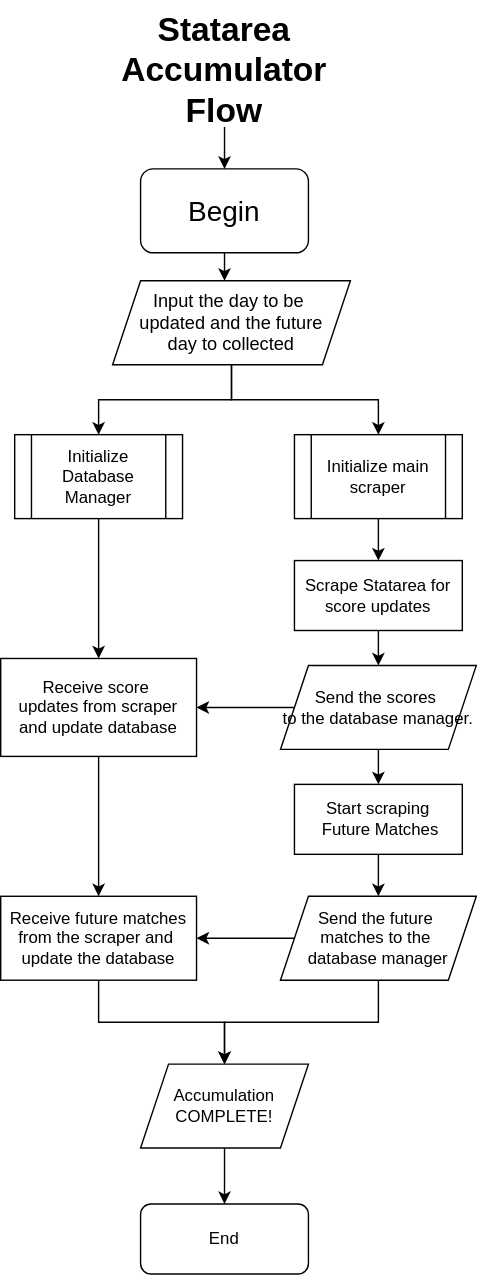
Proverbs-16-25/statarea_renewed keeps this draw.io diagram as StatareaAccumulator_FlowChart.drawio.svg. Above is the earlier version. Source tidied: cells renumbered, new cells last; positions are measured from the earlier drawing's top-left corner, leaving out a move shared by most shapes. Source of this version:
```xml
<mxGraphModel>
  <root>
    <mxCell id="0" />
    <mxCell id="1" parent="0" />
    <mxCell id="2" style="edgeStyle=orthogonalEdgeStyle;rounded=0;jettySize=auto;html=1;exitX=0.5;exitY=1;exitDx=0;exitDy=0;entryX=0.5;entryY=0;entryDx=0;entryDy=0;" parent="1" edge="1" source="3" target="5">
      <mxGeometry relative="1" as="geometry" />
    </mxCell>
    <mxCell id="3" value="&lt;h1 style=&quot;margin-top: 0px;&quot;&gt;Statarea Accumulator Flow&lt;/h1&gt;" style="text;html=1;whiteSpace=wrap;overflow=hidden;rounded=0;shadow=0;align=center;labelBackgroundColor=none;" parent="1" vertex="1">
      <mxGeometry x="70" width="180" height="90" as="geometry" />
    </mxCell>
    <mxCell id="4" style="edgeStyle=orthogonalEdgeStyle;rounded=0;jettySize=auto;html=1;exitX=0.5;exitY=1;exitDx=0;exitDy=0;" parent="1" edge="1" source="5">
      <mxGeometry relative="1" as="geometry">
        <mxPoint x="160" y="200" as="targetPoint" />
      </mxGeometry>
    </mxCell>
    <mxCell id="5" value="Begin" style="rounded=1;whiteSpace=wrap;html=1;fontSize=20;verticalAlign=middle;" parent="1" vertex="1">
      <mxGeometry x="100" y="120" width="120" height="60" as="geometry" />
    </mxCell>
    <mxCell id="6" style="edgeStyle=orthogonalEdgeStyle;rounded=0;jettySize=auto;html=1;exitX=0.5;exitY=1;exitDx=0;exitDy=0;entryX=0.5;entryY=0;entryDx=0;entryDy=0;" parent="1" edge="1" source="7" target="14">
      <mxGeometry relative="1" as="geometry" />
    </mxCell>
    <mxCell id="7" value="Initialize main scraper" style="shape=process;whiteSpace=wrap;html=1;backgroundOutline=1;" parent="1" vertex="1">
      <mxGeometry x="210" y="310" width="120" height="60" as="geometry" />
    </mxCell>
    <mxCell id="8" style="edgeStyle=orthogonalEdgeStyle;rounded=0;jettySize=auto;html=1;exitX=0.5;exitY=1;exitDx=0;exitDy=0;entryX=0.5;entryY=0;entryDx=0;entryDy=0;" parent="1" edge="1" source="9" target="16">
      <mxGeometry relative="1" as="geometry" />
    </mxCell>
    <mxCell id="9" value="Initialize Database&lt;div&gt;Manager&lt;/div&gt;" style="shape=process;whiteSpace=wrap;html=1;backgroundOutline=1;" parent="1" vertex="1">
      <mxGeometry x="10" y="310" width="120" height="60" as="geometry" />
    </mxCell>
    <mxCell id="10" style="edgeStyle=orthogonalEdgeStyle;rounded=0;jettySize=auto;html=1;exitX=0.5;exitY=1;exitDx=0;exitDy=0;" parent="1" edge="1" source="12" target="7">
      <mxGeometry relative="1" as="geometry" />
    </mxCell>
    <mxCell id="11" style="edgeStyle=orthogonalEdgeStyle;rounded=0;jettySize=auto;html=1;exitX=0.5;exitY=1;exitDx=0;exitDy=0;entryX=0.5;entryY=0;entryDx=0;entryDy=0;" parent="1" edge="1" source="12" target="9">
      <mxGeometry relative="1" as="geometry" />
    </mxCell>
    <mxCell id="12" value="Input the day to be&amp;nbsp;&lt;div&gt;updated and the future&lt;/div&gt;&lt;div&gt;day to collected&lt;/div&gt;" style="shape=parallelogram;perimeter=parallelogramPerimeter;whiteSpace=wrap;html=1;fixedSize=1;fontSize=13;" parent="1" vertex="1">
      <mxGeometry x="80" y="200" width="170" height="60" as="geometry" />
    </mxCell>
    <mxCell id="13" style="edgeStyle=orthogonalEdgeStyle;rounded=0;jettySize=auto;html=1;exitX=0.5;exitY=1;exitDx=0;exitDy=0;entryX=0.5;entryY=0;entryDx=0;entryDy=0;" parent="1" edge="1" source="14" target="22">
      <mxGeometry relative="1" as="geometry" />
    </mxCell>
    <mxCell id="14" value="Scrape Statarea for score updates" style="rounded=0;whiteSpace=wrap;html=1;" parent="1" vertex="1">
      <mxGeometry x="210" y="400" width="120" height="50" as="geometry" />
    </mxCell>
    <mxCell id="15" style="edgeStyle=orthogonalEdgeStyle;rounded=0;jettySize=auto;html=1;exitX=0.5;exitY=1;exitDx=0;exitDy=0;entryX=0.5;entryY=0;entryDx=0;entryDy=0;" parent="1" edge="1" source="16" target="27">
      <mxGeometry relative="1" as="geometry" />
    </mxCell>
    <mxCell id="16" value="Receive score&amp;nbsp;&lt;div&gt;updates from scraper&lt;/div&gt;&lt;div&gt;and update database&lt;/div&gt;" style="rounded=0;whiteSpace=wrap;html=1;" parent="1" vertex="1">
      <mxGeometry y="470" width="140" height="70" as="geometry" />
    </mxCell>
    <mxCell id="17" style="edgeStyle=orthogonalEdgeStyle;rounded=0;orthogonalLoop=1;jettySize=auto;html=1;exitX=0.5;exitY=1;exitDx=0;exitDy=0;" parent="1" edge="1" source="16" target="16">
      <mxGeometry relative="1" as="geometry" />
    </mxCell>
    <mxCell id="18" style="edgeStyle=orthogonalEdgeStyle;rounded=0;jettySize=auto;html=1;exitX=0.5;exitY=1;exitDx=0;exitDy=0;" parent="1" edge="1" source="19">
      <mxGeometry relative="1" as="geometry">
        <mxPoint x="270" y="640" as="targetPoint" />
      </mxGeometry>
    </mxCell>
    <mxCell id="19" value="Start scraping&lt;div&gt;&amp;nbsp;Future Matches&lt;/div&gt;" style="rounded=0;whiteSpace=wrap;html=1;" parent="1" vertex="1">
      <mxGeometry x="210" y="560" width="120" height="50" as="geometry" />
    </mxCell>
    <mxCell id="20" style="edgeStyle=orthogonalEdgeStyle;rounded=0;jettySize=auto;html=1;exitX=0.5;exitY=1;exitDx=0;exitDy=0;entryX=0.5;entryY=0;entryDx=0;entryDy=0;" parent="1" edge="1" source="22" target="19">
      <mxGeometry relative="1" as="geometry" />
    </mxCell>
    <mxCell id="21" style="edgeStyle=orthogonalEdgeStyle;rounded=0;jettySize=auto;html=1;exitX=0;exitY=0.5;exitDx=0;exitDy=0;entryX=1;entryY=0.5;entryDx=0;entryDy=0;" parent="1" edge="1" source="22" target="16">
      <mxGeometry relative="1" as="geometry" />
    </mxCell>
    <mxCell id="22" value="Send the scores&amp;nbsp;&lt;div&gt;to the database manager.&lt;/div&gt;" style="shape=parallelogram;perimeter=parallelogramPerimeter;whiteSpace=wrap;html=1;fixedSize=1;" parent="1" vertex="1">
      <mxGeometry x="200" y="475" width="140" height="60" as="geometry" />
    </mxCell>
    <mxCell id="23" style="edgeStyle=orthogonalEdgeStyle;rounded=0;jettySize=auto;html=1;exitX=0;exitY=0.5;exitDx=0;exitDy=0;entryX=1;entryY=0.5;entryDx=0;entryDy=0;" parent="1" edge="1" source="25" target="27">
      <mxGeometry relative="1" as="geometry" />
    </mxCell>
    <mxCell id="24" style="edgeStyle=orthogonalEdgeStyle;rounded=0;jettySize=auto;html=1;exitX=0.5;exitY=1;exitDx=0;exitDy=0;entryX=0.5;entryY=0;entryDx=0;entryDy=0;" parent="1" edge="1" source="25" target="29">
      <mxGeometry relative="1" as="geometry" />
    </mxCell>
    <mxCell id="25" value="Send the future&amp;nbsp;&lt;div&gt;matches to the&amp;nbsp;&lt;/div&gt;&lt;div&gt;database manager&lt;/div&gt;" style="shape=parallelogram;perimeter=parallelogramPerimeter;whiteSpace=wrap;html=1;fixedSize=1;fontSize=12;" parent="1" vertex="1">
      <mxGeometry x="200" y="640" width="140" height="60" as="geometry" />
    </mxCell>
    <mxCell id="26" style="edgeStyle=orthogonalEdgeStyle;rounded=0;jettySize=auto;html=1;exitX=0.5;exitY=1;exitDx=0;exitDy=0;entryX=0.5;entryY=0;entryDx=0;entryDy=0;" parent="1" edge="1" source="27" target="29">
      <mxGeometry relative="1" as="geometry" />
    </mxCell>
    <mxCell id="27" value="Receive future matches&lt;div&gt;from the scraper and&amp;nbsp;&lt;/div&gt;&lt;div&gt;update the database&lt;/div&gt;" style="rounded=0;whiteSpace=wrap;html=1;" parent="1" vertex="1">
      <mxGeometry y="640" width="140" height="60" as="geometry" />
    </mxCell>
    <mxCell id="28" style="edgeStyle=orthogonalEdgeStyle;rounded=0;jettySize=auto;html=1;exitX=0.5;exitY=1;exitDx=0;exitDy=0;entryX=0.5;entryY=0;entryDx=0;entryDy=0;" parent="1" edge="1" source="29" target="30">
      <mxGeometry relative="1" as="geometry" />
    </mxCell>
    <mxCell id="29" value="Accumulation&lt;div&gt;COMPLETE!&lt;/div&gt;" style="shape=parallelogram;perimeter=parallelogramPerimeter;whiteSpace=wrap;html=1;fixedSize=1;" parent="1" vertex="1">
      <mxGeometry x="100" y="760" width="120" height="60" as="geometry" />
    </mxCell>
    <mxCell id="30" value="End" style="rounded=1;whiteSpace=wrap;html=1;" parent="1" vertex="1">
      <mxGeometry x="100" y="860" width="120" height="50" as="geometry" />
    </mxCell>
  </root>
</mxGraphModel>
```
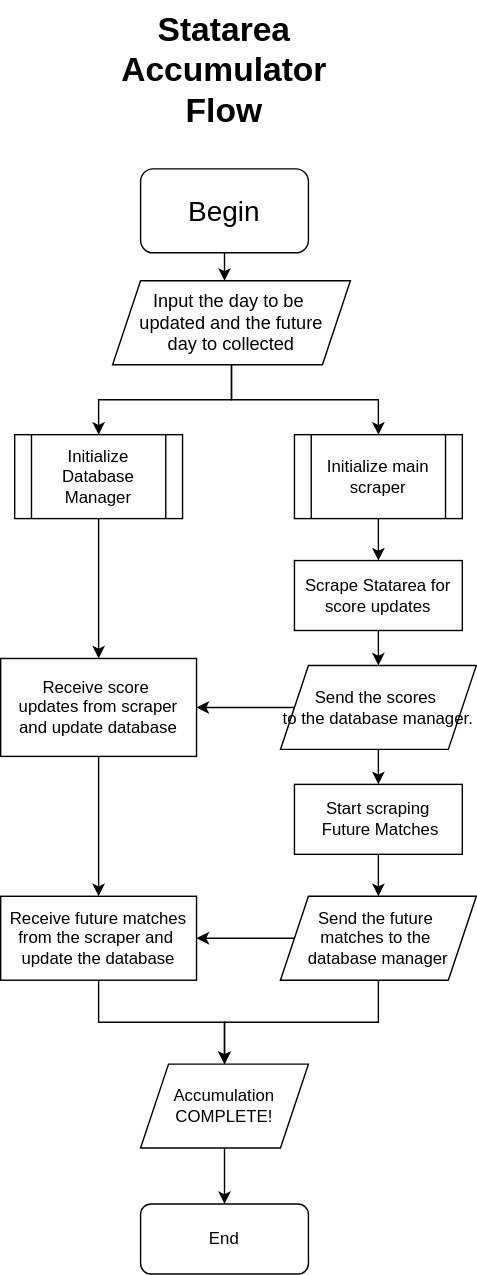
The same file after the commit.

Diff of the diagram source:
```diff
@@ -2,9 +2,6 @@
   <root>
     <mxCell id="0" />
     <mxCell id="1" parent="0" />
-    <mxCell id="2" style="edgeStyle=orthogonalEdgeStyle;rounded=0;jettySize=auto;html=1;exitX=0.5;exitY=1;exitDx=0;exitDy=0;entryX=0.5;entryY=0;entryDx=0;entryDy=0;" parent="1" edge="1" source="3" target="5">
-      <mxGeometry relative="1" as="geometry" />
-    </mxCell>
     <mxCell id="3" value="&lt;h1 style=&quot;margin-top: 0px;&quot;&gt;Statarea Accumulator Flow&lt;/h1&gt;" style="text;html=1;whiteSpace=wrap;overflow=hidden;rounded=0;shadow=0;align=center;labelBackgroundColor=none;" parent="1" vertex="1">
       <mxGeometry x="70" width="180" height="90" as="geometry" />
     </mxCell>
```
